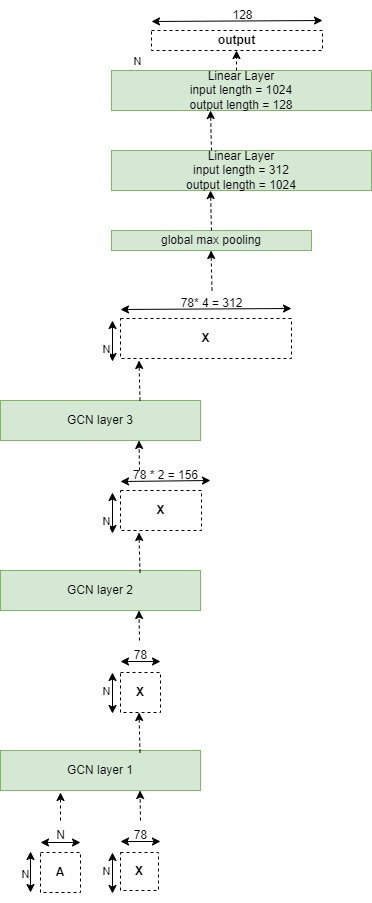
Before: URV deliverable/model/GCN-based.drawio.png, a diagram exported from draw.io (YoussefEzz/GraphDTA_forked). Source tidied: cells renumbered, new cells last; positions are measured from the earlier drawing's top-left corner, leaving out a move shared by most shapes. The source it was exported from:
```xml
<mxGraphModel>
  <root>
    <mxCell id="0" />
    <mxCell id="1" parent="0" />
    <mxCell id="2" value="GCN layer 1" style="rounded=0;whiteSpace=wrap;html=1;fillColor=#d5e8d4;strokeColor=#82b366;" parent="1" vertex="1">
      <mxGeometry y="750" width="200" height="40" as="geometry" />
    </mxCell>
    <mxCell id="3" value="GCN layer 2" style="rounded=0;whiteSpace=wrap;html=1;fillColor=#d5e8d4;strokeColor=#82b366;" parent="1" vertex="1">
      <mxGeometry y="570" width="200" height="40" as="geometry" />
    </mxCell>
    <mxCell id="4" value="GCN layer 3" style="rounded=0;whiteSpace=wrap;html=1;fillColor=#d5e8d4;strokeColor=#82b366;" parent="1" vertex="1">
      <mxGeometry y="400" width="200" height="40" as="geometry" />
    </mxCell>
    <mxCell id="5" value="&lt;b&gt;A&lt;/b&gt;" style="whiteSpace=wrap;html=1;dashed=1;" parent="1" vertex="1">
      <mxGeometry x="40" y="852" width="40" height="40" as="geometry" />
    </mxCell>
    <mxCell id="6" value="&lt;b&gt;X&lt;/b&gt;" style="whiteSpace=wrap;html=1;dashed=1;" parent="1" vertex="1">
      <mxGeometry x="120" y="852" width="38" height="38" as="geometry" />
    </mxCell>
    <mxCell id="7" style="endArrow=classic;startArrow=classic;html=1;rounded=0;" parent="1" edge="1">
      <mxGeometry relative="1" as="geometry">
        <mxPoint x="40" y="842" as="sourcePoint" />
        <mxPoint x="80" y="842" as="targetPoint" />
      </mxGeometry>
    </mxCell>
    <mxCell id="8" style="endArrow=classic;startArrow=classic;html=1;rounded=0;" parent="1" edge="1">
      <mxGeometry relative="1" as="geometry">
        <mxPoint x="120" y="841" as="sourcePoint" />
        <mxPoint x="160" y="841" as="targetPoint" />
      </mxGeometry>
    </mxCell>
    <mxCell id="9" style="endArrow=classic;startArrow=classic;html=1;rounded=0;" parent="1" edge="1">
      <mxGeometry relative="1" as="geometry">
        <mxPoint x="30" y="892" as="sourcePoint" />
        <mxPoint x="30" y="851" as="targetPoint" />
      </mxGeometry>
    </mxCell>
    <mxCell id="10" value="N" style="edgeLabel;html=1;align=center;verticalAlign=middle;" parent="9" vertex="1">
      <mxGeometry x="-0.07" y="4" relative="1" as="geometry">
        <mxPoint x="-2" as="offset" />
      </mxGeometry>
    </mxCell>
    <mxCell id="11" style="endArrow=classic;startArrow=classic;html=1;rounded=0;" parent="1" edge="1">
      <mxGeometry relative="1" as="geometry">
        <mxPoint x="112" y="893" as="sourcePoint" />
        <mxPoint x="112" y="852" as="targetPoint" />
      </mxGeometry>
    </mxCell>
    <mxCell id="12" value="N" style="text;html=1;align=center;verticalAlign=middle;strokeColor=none;fillColor=none;" parent="1" vertex="1">
      <mxGeometry x="45" y="820" width="30" height="30" as="geometry" />
    </mxCell>
    <mxCell id="13" value="78" style="text;html=1;align=center;verticalAlign=middle;strokeColor=none;fillColor=none;" parent="1" vertex="1">
      <mxGeometry x="120" y="820" width="40" height="30" as="geometry" />
    </mxCell>
    <mxCell id="14" value="N" style="edgeLabel;html=1;align=center;verticalAlign=middle;" parent="1" vertex="1">
      <mxGeometry x="100" y="822" as="geometry">
        <mxPoint x="5" y="48" as="offset" />
      </mxGeometry>
    </mxCell>
    <mxCell id="15" style="endArrow=classic;html=1;rounded=0;entryX=0.295;entryY=1.05;entryDx=0;entryDy=0;entryPerimeter=0;dashed=1;" parent="1" edge="1">
      <mxGeometry relative="1" as="geometry">
        <mxPoint x="60" y="820" as="sourcePoint" />
        <mxPoint x="60" y="792" as="targetPoint" />
      </mxGeometry>
    </mxCell>
    <mxCell id="16" style="endArrow=classic;html=1;rounded=0;entryX=0.295;entryY=1.05;entryDx=0;entryDy=0;entryPerimeter=0;dashed=1;" parent="1" edge="1">
      <mxGeometry relative="1" as="geometry">
        <mxPoint x="140" y="820" as="sourcePoint" />
        <mxPoint x="139.5" y="790" as="targetPoint" />
      </mxGeometry>
    </mxCell>
    <mxCell id="17" value="&lt;b&gt;X&lt;/b&gt;" style="whiteSpace=wrap;html=1;dashed=1;" parent="1" vertex="1">
      <mxGeometry x="120" y="672" width="40" height="40" as="geometry" />
    </mxCell>
    <mxCell id="18" style="endArrow=classic;startArrow=classic;html=1;rounded=0;" parent="1" edge="1">
      <mxGeometry relative="1" as="geometry">
        <mxPoint x="120" y="661" as="sourcePoint" />
        <mxPoint x="160" y="661" as="targetPoint" />
      </mxGeometry>
    </mxCell>
    <mxCell id="19" style="endArrow=classic;startArrow=classic;html=1;rounded=0;" parent="1" edge="1">
      <mxGeometry relative="1" as="geometry">
        <mxPoint x="112" y="713" as="sourcePoint" />
        <mxPoint x="112" y="672" as="targetPoint" />
      </mxGeometry>
    </mxCell>
    <mxCell id="20" value="78" style="text;html=1;align=center;verticalAlign=middle;strokeColor=none;fillColor=none;" parent="1" vertex="1">
      <mxGeometry x="120" y="640" width="40" height="30" as="geometry" />
    </mxCell>
    <mxCell id="21" value="N" style="edgeLabel;html=1;align=center;verticalAlign=middle;" parent="1" vertex="1">
      <mxGeometry x="100" y="642" as="geometry">
        <mxPoint x="5" y="48" as="offset" />
      </mxGeometry>
    </mxCell>
    <mxCell id="22" style="endArrow=classic;html=1;rounded=0;entryX=0.295;entryY=1.05;entryDx=0;entryDy=0;entryPerimeter=0;dashed=1;" parent="1" edge="1">
      <mxGeometry relative="1" as="geometry">
        <mxPoint x="139.5" y="752" as="sourcePoint" />
        <mxPoint x="138.5" y="712" as="targetPoint" />
      </mxGeometry>
    </mxCell>
    <mxCell id="23" style="endArrow=classic;html=1;rounded=0;entryX=0.295;entryY=1.05;entryDx=0;entryDy=0;entryPerimeter=0;dashed=1;" parent="1" edge="1">
      <mxGeometry relative="1" as="geometry">
        <mxPoint x="139" y="640" as="sourcePoint" />
        <mxPoint x="138.5" y="610" as="targetPoint" />
      </mxGeometry>
    </mxCell>
    <mxCell id="24" style="endArrow=classic;startArrow=classic;html=1;rounded=0;" parent="1" edge="1">
      <mxGeometry relative="1" as="geometry">
        <mxPoint x="120" y="481" as="sourcePoint" />
        <mxPoint x="210" y="480" as="targetPoint" />
      </mxGeometry>
    </mxCell>
    <mxCell id="25" style="endArrow=classic;startArrow=classic;html=1;rounded=0;" parent="1" edge="1">
      <mxGeometry relative="1" as="geometry">
        <mxPoint x="112" y="533" as="sourcePoint" />
        <mxPoint x="112" y="492" as="targetPoint" />
      </mxGeometry>
    </mxCell>
    <mxCell id="26" value="78 * 2 = 156" style="text;html=1;align=center;verticalAlign=middle;strokeColor=none;fillColor=none;" parent="1" vertex="1">
      <mxGeometry x="120" y="460" width="90" height="30" as="geometry" />
    </mxCell>
    <mxCell id="27" value="N" style="edgeLabel;html=1;align=center;verticalAlign=middle;" parent="1" vertex="1">
      <mxGeometry x="100" y="472" as="geometry">
        <mxPoint x="5" y="48" as="offset" />
      </mxGeometry>
    </mxCell>
    <mxCell id="28" style="endArrow=classic;html=1;rounded=0;entryX=0.295;entryY=1.05;entryDx=0;entryDy=0;entryPerimeter=0;dashed=1;" parent="1" edge="1">
      <mxGeometry relative="1" as="geometry">
        <mxPoint x="139.5" y="572" as="sourcePoint" />
        <mxPoint x="138.5" y="532" as="targetPoint" />
      </mxGeometry>
    </mxCell>
    <mxCell id="29" style="endArrow=classic;html=1;rounded=0;entryX=0.295;entryY=1.05;entryDx=0;entryDy=0;entryPerimeter=0;dashed=1;" parent="1" edge="1">
      <mxGeometry relative="1" as="geometry">
        <mxPoint x="139" y="470" as="sourcePoint" />
        <mxPoint x="138.5" y="440" as="targetPoint" />
      </mxGeometry>
    </mxCell>
    <mxCell id="30" value="&lt;b&gt;X&lt;/b&gt;" style="rounded=0;whiteSpace=wrap;html=1;dashed=1;" parent="1" vertex="1">
      <mxGeometry x="120" y="490" width="81" height="40" as="geometry" />
    </mxCell>
    <mxCell id="31" style="endArrow=classic;startArrow=classic;html=1;rounded=0;" parent="1" edge="1">
      <mxGeometry relative="1" as="geometry">
        <mxPoint x="120" y="309" as="sourcePoint" />
        <mxPoint x="291" y="308" as="targetPoint" />
      </mxGeometry>
    </mxCell>
    <mxCell id="32" style="endArrow=classic;startArrow=classic;html=1;rounded=0;" parent="1" edge="1">
      <mxGeometry relative="1" as="geometry">
        <mxPoint x="112" y="361" as="sourcePoint" />
        <mxPoint x="112" y="320" as="targetPoint" />
      </mxGeometry>
    </mxCell>
    <mxCell id="33" value="N" style="edgeLabel;html=1;align=center;verticalAlign=middle;" parent="1" vertex="1">
      <mxGeometry x="100" y="300" as="geometry">
        <mxPoint x="5" y="48" as="offset" />
      </mxGeometry>
    </mxCell>
    <mxCell id="34" style="endArrow=classic;html=1;rounded=0;entryX=0.295;entryY=1.05;entryDx=0;entryDy=0;entryPerimeter=0;dashed=1;" parent="1" edge="1">
      <mxGeometry relative="1" as="geometry">
        <mxPoint x="139.5" y="400" as="sourcePoint" />
        <mxPoint x="138.5" y="360" as="targetPoint" />
      </mxGeometry>
    </mxCell>
    <mxCell id="35" value="&lt;b&gt;X&lt;/b&gt;" style="rounded=0;whiteSpace=wrap;html=1;dashed=1;" parent="1" vertex="1">
      <mxGeometry x="120" y="318" width="171" height="40" as="geometry" />
    </mxCell>
    <mxCell id="36" value="78* 4 = 312" style="text;html=1;align=center;verticalAlign=middle;strokeColor=none;fillColor=none;" parent="1" vertex="1">
      <mxGeometry x="166" y="288" width="90" height="30" as="geometry" />
    </mxCell>
    <mxCell id="37" value="global max pooling" style="rounded=0;whiteSpace=wrap;html=1;fillColor=#d5e8d4;strokeColor=#82b366;" parent="1" vertex="1">
      <mxGeometry x="111" y="230" width="200" height="20" as="geometry" />
    </mxCell>
    <mxCell id="38" style="endArrow=classic;html=1;rounded=0;entryX=0.295;entryY=1.05;entryDx=0;entryDy=0;entryPerimeter=0;dashed=1;" parent="1" edge="1">
      <mxGeometry relative="1" as="geometry">
        <mxPoint x="211" y="230" as="sourcePoint" />
        <mxPoint x="210" y="190" as="targetPoint" />
      </mxGeometry>
    </mxCell>
    <mxCell id="39" value="Linear Layer&lt;div&gt;input length = 312&lt;/div&gt;&lt;div&gt;output length = 1024&lt;/div&gt;" style="rounded=0;whiteSpace=wrap;html=1;fillColor=#d5e8d4;strokeColor=#82b366;" parent="1" vertex="1">
      <mxGeometry x="111" y="150" width="260" height="40" as="geometry" />
    </mxCell>
    <mxCell id="40" style="endArrow=classic;html=1;rounded=0;entryX=0.295;entryY=1.05;entryDx=0;entryDy=0;entryPerimeter=0;dashed=1;" parent="1" edge="1">
      <mxGeometry relative="1" as="geometry">
        <mxPoint x="211" y="150" as="sourcePoint" />
        <mxPoint x="210" y="110" as="targetPoint" />
      </mxGeometry>
    </mxCell>
    <mxCell id="41" value="Linear Layer&lt;div&gt;input length = 1024&lt;/div&gt;&lt;div&gt;output length = 128&lt;/div&gt;" style="rounded=0;whiteSpace=wrap;html=1;fillColor=#d5e8d4;strokeColor=#82b366;" parent="1" vertex="1">
      <mxGeometry x="111" y="70" width="260" height="40" as="geometry" />
    </mxCell>
    <mxCell id="42" style="endArrow=classic;html=1;rounded=0;entryX=0.295;entryY=1.05;entryDx=0;entryDy=0;entryPerimeter=0;dashed=1;" parent="1" edge="1">
      <mxGeometry relative="1" as="geometry">
        <mxPoint x="211.5" y="290" as="sourcePoint" />
        <mxPoint x="210.5" y="250" as="targetPoint" />
      </mxGeometry>
    </mxCell>
    <mxCell id="43" value="&lt;b&gt;output&lt;/b&gt;" style="rounded=0;whiteSpace=wrap;html=1;dashed=1;" parent="1" vertex="1">
      <mxGeometry x="151" y="30" width="171" height="20" as="geometry" />
    </mxCell>
    <mxCell id="44" style="endArrow=classic;startArrow=classic;html=1;rounded=0;" parent="1" edge="1">
      <mxGeometry relative="1" as="geometry">
        <mxPoint x="151" y="21" as="sourcePoint" />
        <mxPoint x="322" y="20" as="targetPoint" />
      </mxGeometry>
    </mxCell>
    <mxCell id="45" value="N" style="edgeLabel;html=1;align=center;verticalAlign=middle;" parent="1" vertex="1">
      <mxGeometry x="131" y="12" as="geometry">
        <mxPoint x="5" y="48" as="offset" />
      </mxGeometry>
    </mxCell>
    <mxCell id="46" value="128" style="text;html=1;align=center;verticalAlign=middle;strokeColor=none;fillColor=none;" parent="1" vertex="1">
      <mxGeometry x="222" width="40" height="30" as="geometry" />
    </mxCell>
    <mxCell id="47" style="endArrow=classic;html=1;rounded=0;entryX=0.295;entryY=1.05;entryDx=0;entryDy=0;entryPerimeter=0;dashed=1;" parent="1" edge="1">
      <mxGeometry relative="1" as="geometry">
        <mxPoint x="236" y="70" as="sourcePoint" />
        <mxPoint x="236" y="50" as="targetPoint" />
      </mxGeometry>
    </mxCell>
  </root>
</mxGraphModel>
```
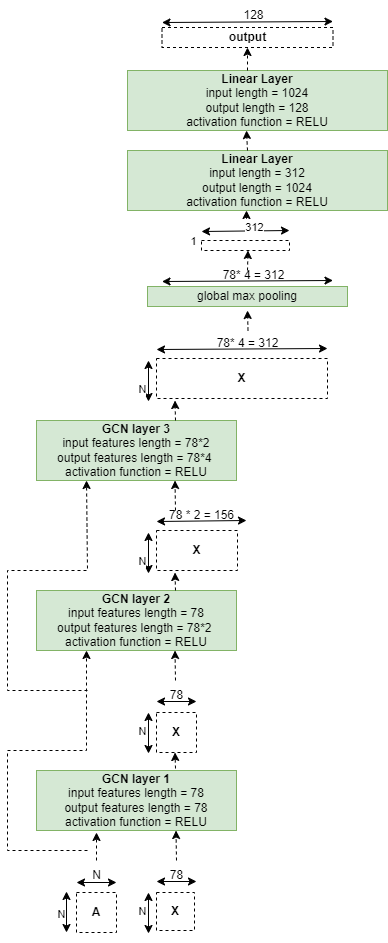
After the change.

What changed in the source:
```diff
@@ -2,14 +2,14 @@
   <root>
     <mxCell id="0" />
     <mxCell id="1" parent="0" />
-    <mxCell id="2" value="GCN layer 1" style="rounded=0;whiteSpace=wrap;html=1;fillColor=#d5e8d4;strokeColor=#82b366;" parent="1" vertex="1">
-      <mxGeometry y="750" width="200" height="40" as="geometry" />
+    <mxCell id="2" value="&lt;b&gt;GCN layer 1&lt;/b&gt;&lt;div&gt;&lt;div&gt;input features length = 78&lt;/div&gt;&lt;div&gt;output features length = 78&lt;/div&gt;&lt;div&gt;activation function = RELU&lt;/div&gt;&lt;/div&gt;" style="rounded=0;whiteSpace=wrap;html=1;fillColor=#d5e8d4;strokeColor=#82b366;" parent="1" vertex="1">
+      <mxGeometry y="730" width="200" height="60" as="geometry" />
     </mxCell>
-    <mxCell id="3" value="GCN layer 2" style="rounded=0;whiteSpace=wrap;html=1;fillColor=#d5e8d4;strokeColor=#82b366;" parent="1" vertex="1">
-      <mxGeometry y="570" width="200" height="40" as="geometry" />
+    <mxCell id="3" value="&lt;b&gt;GCN layer 2&lt;/b&gt;&lt;div&gt;&lt;div&gt;input features length = 78&lt;/div&gt;&lt;div&gt;output features length = 78*2&amp;nbsp;&lt;/div&gt;&lt;div&gt;activation function = RELU&lt;/div&gt;&lt;/div&gt;" style="rounded=0;whiteSpace=wrap;html=1;fillColor=#d5e8d4;strokeColor=#82b366;" parent="1" vertex="1">
+      <mxGeometry y="550" width="200" height="60" as="geometry" />
     </mxCell>
-    <mxCell id="4" value="GCN layer 3" style="rounded=0;whiteSpace=wrap;html=1;fillColor=#d5e8d4;strokeColor=#82b366;" parent="1" vertex="1">
-      <mxGeometry y="400" width="200" height="40" as="geometry" />
+    <mxCell id="4" value="&lt;b&gt;GCN layer 3&lt;/b&gt;&lt;div&gt;&lt;div&gt;input features length = 78*2&lt;/div&gt;&lt;div&gt;output features length = 78*4&amp;nbsp;&lt;/div&gt;&lt;div&gt;activation function = RELU&lt;/div&gt;&lt;/div&gt;" style="rounded=0;whiteSpace=wrap;html=1;fillColor=#d5e8d4;strokeColor=#82b366;" parent="1" vertex="1">
+      <mxGeometry y="380" width="200" height="60" as="geometry" />
     </mxCell>
     <mxCell id="5" value="&lt;b&gt;A&lt;/b&gt;" style="whiteSpace=wrap;html=1;dashed=1;" parent="1" vertex="1">
       <mxGeometry x="40" y="852" width="40" height="40" as="geometry" />
@@ -92,9 +92,8 @@
         <mxPoint x="5" y="48" as="offset" />
       </mxGeometry>
     </mxCell>
-    <mxCell id="22" style="endArrow=classic;html=1;rounded=0;entryX=0.295;entryY=1.05;entryDx=0;entryDy=0;entryPerimeter=0;dashed=1;" parent="1" edge="1">
+    <mxCell id="22" style="endArrow=classic;html=1;rounded=0;entryX=0.295;entryY=1.05;entryDx=0;entryDy=0;entryPerimeter=0;dashed=1;exitX=0.695;exitY=-0.033;exitDx=0;exitDy=0;exitPerimeter=0;" parent="1" edge="1" source="2">
       <mxGeometry relative="1" as="geometry">
-        <mxPoint x="139.5" y="752" as="sourcePoint" />
         <mxPoint x="138.5" y="712" as="targetPoint" />
       </mxGeometry>
     </mxCell>
@@ -126,7 +125,7 @@
     </mxCell>
     <mxCell id="28" style="endArrow=classic;html=1;rounded=0;entryX=0.295;entryY=1.05;entryDx=0;entryDy=0;entryPerimeter=0;dashed=1;" parent="1" edge="1">
       <mxGeometry relative="1" as="geometry">
-        <mxPoint x="139.5" y="572" as="sourcePoint" />
+        <mxPoint x="139" y="550" as="sourcePoint" />
         <mxPoint x="138.5" y="532" as="targetPoint" />
       </mxGeometry>
     </mxCell>
@@ -158,7 +157,7 @@
     </mxCell>
     <mxCell id="34" style="endArrow=classic;html=1;rounded=0;entryX=0.295;entryY=1.05;entryDx=0;entryDy=0;entryPerimeter=0;dashed=1;" parent="1" edge="1">
       <mxGeometry relative="1" as="geometry">
-        <mxPoint x="139.5" y="400" as="sourcePoint" />
+        <mxPoint x="139" y="380" as="sourcePoint" />
         <mxPoint x="138.5" y="360" as="targetPoint" />
       </mxGeometry>
     </mxCell>
@@ -169,54 +168,101 @@
       <mxGeometry x="166" y="288" width="90" height="30" as="geometry" />
     </mxCell>
     <mxCell id="37" value="global max pooling" style="rounded=0;whiteSpace=wrap;html=1;fillColor=#d5e8d4;strokeColor=#82b366;" parent="1" vertex="1">
-      <mxGeometry x="111" y="230" width="200" height="20" as="geometry" />
+      <mxGeometry x="111" y="246" width="200" height="20" as="geometry" />
     </mxCell>
     <mxCell id="38" style="endArrow=classic;html=1;rounded=0;entryX=0.295;entryY=1.05;entryDx=0;entryDy=0;entryPerimeter=0;dashed=1;" parent="1" edge="1">
       <mxGeometry relative="1" as="geometry">
-        <mxPoint x="211" y="230" as="sourcePoint" />
-        <mxPoint x="210" y="190" as="targetPoint" />
+        <mxPoint x="210" y="190" as="sourcePoint" />
+        <mxPoint x="210" y="170" as="targetPoint" />
       </mxGeometry>
     </mxCell>
-    <mxCell id="39" value="Linear Layer&lt;div&gt;input length = 312&lt;/div&gt;&lt;div&gt;output length = 1024&lt;/div&gt;" style="rounded=0;whiteSpace=wrap;html=1;fillColor=#d5e8d4;strokeColor=#82b366;" parent="1" vertex="1">
-      <mxGeometry x="111" y="150" width="260" height="40" as="geometry" />
+    <mxCell id="39" value="&lt;b&gt;Linear Layer&lt;/b&gt;&lt;div&gt;input length = 312&lt;/div&gt;&lt;div&gt;output length = 1024&lt;/div&gt;&lt;div&gt;activation function = RELU&lt;br&gt;&lt;/div&gt;" style="rounded=0;whiteSpace=wrap;html=1;fillColor=#d5e8d4;strokeColor=#82b366;" parent="1" vertex="1">
+      <mxGeometry x="91" y="110" width="260" height="60" as="geometry" />
     </mxCell>
     <mxCell id="40" style="endArrow=classic;html=1;rounded=0;entryX=0.295;entryY=1.05;entryDx=0;entryDy=0;entryPerimeter=0;dashed=1;" parent="1" edge="1">
       <mxGeometry relative="1" as="geometry">
-        <mxPoint x="211" y="150" as="sourcePoint" />
-        <mxPoint x="210" y="110" as="targetPoint" />
+        <mxPoint x="211" y="110" as="sourcePoint" />
+        <mxPoint x="210" y="90" as="targetPoint" />
       </mxGeometry>
     </mxCell>
-    <mxCell id="41" value="Linear Layer&lt;div&gt;input length = 1024&lt;/div&gt;&lt;div&gt;output length = 128&lt;/div&gt;" style="rounded=0;whiteSpace=wrap;html=1;fillColor=#d5e8d4;strokeColor=#82b366;" parent="1" vertex="1">
-      <mxGeometry x="111" y="70" width="260" height="40" as="geometry" />
+    <mxCell id="41" value="&lt;b&gt;Linear Layer&lt;/b&gt;&lt;div&gt;input length = 1024&lt;/div&gt;&lt;div&gt;output length = 128&lt;/div&gt;&lt;div&gt;activation function = RELU&lt;br&gt;&lt;/div&gt;" style="rounded=0;whiteSpace=wrap;html=1;fillColor=#d5e8d4;strokeColor=#82b366;" parent="1" vertex="1">
+      <mxGeometry x="91" y="30" width="260" height="60" as="geometry" />
     </mxCell>
-    <mxCell id="42" style="endArrow=classic;html=1;rounded=0;entryX=0.295;entryY=1.05;entryDx=0;entryDy=0;entryPerimeter=0;dashed=1;" parent="1" edge="1">
+    <mxCell id="42" style="endArrow=classic;html=1;rounded=0;dashed=1;" parent="1" edge="1">
       <mxGeometry relative="1" as="geometry">
         <mxPoint x="211.5" y="290" as="sourcePoint" />
-        <mxPoint x="210.5" y="250" as="targetPoint" />
+        <mxPoint x="211" y="270" as="targetPoint" />
       </mxGeometry>
     </mxCell>
     <mxCell id="43" value="&lt;b&gt;output&lt;/b&gt;" style="rounded=0;whiteSpace=wrap;html=1;dashed=1;" parent="1" vertex="1">
-      <mxGeometry x="151" y="30" width="171" height="20" as="geometry" />
+      <mxGeometry x="125.5" y="-13" width="171" height="20" as="geometry" />
     </mxCell>
     <mxCell id="44" style="endArrow=classic;startArrow=classic;html=1;rounded=0;" parent="1" edge="1">
       <mxGeometry relative="1" as="geometry">
-        <mxPoint x="151" y="21" as="sourcePoint" />
-        <mxPoint x="322" y="20" as="targetPoint" />
+        <mxPoint x="125.5" y="-18" as="sourcePoint" />
+        <mxPoint x="296.5" y="-19" as="targetPoint" />
       </mxGeometry>
     </mxCell>
-    <mxCell id="45" value="N" style="edgeLabel;html=1;align=center;verticalAlign=middle;" parent="1" vertex="1">
-      <mxGeometry x="131" y="12" as="geometry">
-        <mxPoint x="5" y="48" as="offset" />
-      </mxGeometry>
-    </mxCell>
     <mxCell id="46" value="128" style="text;html=1;align=center;verticalAlign=middle;strokeColor=none;fillColor=none;" parent="1" vertex="1">
-      <mxGeometry x="222" width="40" height="30" as="geometry" />
+      <mxGeometry x="196.5" y="-40" width="40" height="30" as="geometry" />
     </mxCell>
-    <mxCell id="47" style="endArrow=classic;html=1;rounded=0;entryX=0.295;entryY=1.05;entryDx=0;entryDy=0;entryPerimeter=0;dashed=1;" parent="1" edge="1">
+    <mxCell id="47" style="endArrow=classic;html=1;rounded=0;entryX=0.5;entryY=1;entryDx=0;entryDy=0;dashed=1;" parent="1" edge="1" target="43">
       <mxGeometry relative="1" as="geometry">
-        <mxPoint x="236" y="70" as="sourcePoint" />
-        <mxPoint x="236" y="50" as="targetPoint" />
+        <mxPoint x="211" y="30" as="sourcePoint" />
       </mxGeometry>
     </mxCell>
+    <mxCell id="48" style="endArrow=classic;html=1;rounded=0;entryX=0.25;entryY=1;entryDx=0;entryDy=0;dashed=1;" parent="1" edge="1" target="3">
+      <mxGeometry relative="1" as="geometry">
+        <mxPoint x="51" y="810" as="sourcePoint" />
+        <Array as="points">
+          <mxPoint x="-29" y="810" />
+          <mxPoint x="-29" y="710" />
+          <mxPoint x="11" y="710" />
+          <mxPoint x="50" y="710" />
+        </Array>
+      </mxGeometry>
+    </mxCell>
+    <mxCell id="49" style="endArrow=classic;html=1;rounded=0;entryX=0.25;entryY=1;entryDx=0;entryDy=0;dashed=1;" parent="1" edge="1" target="4">
+      <mxGeometry relative="1" as="geometry">
+        <mxPoint x="51" y="650" as="sourcePoint" />
+        <Array as="points">
+          <mxPoint x="-29" y="650" />
+          <mxPoint x="-29" y="530" />
+          <mxPoint x="51" y="530" />
+        </Array>
+      </mxGeometry>
+    </mxCell>
+    <mxCell id="50" style="endArrow=classic;startArrow=classic;html=1;rounded=0;" parent="1" edge="1">
+      <mxGeometry relative="1" as="geometry">
+        <mxPoint x="125.5" y="241" as="sourcePoint" />
+        <mxPoint x="296.5" y="240" as="targetPoint" />
+      </mxGeometry>
+    </mxCell>
+    <mxCell id="51" value="78* 4 = 312" style="text;html=1;align=center;verticalAlign=middle;strokeColor=none;fillColor=none;" parent="1" vertex="1">
+      <mxGeometry x="171.5" y="220" width="90" height="30" as="geometry" />
+    </mxCell>
+    <mxCell id="52" style="endArrow=classic;html=1;rounded=0;dashed=1;" parent="1" edge="1">
+      <mxGeometry relative="1" as="geometry">
+        <mxPoint x="211" y="230" as="sourcePoint" />
+        <mxPoint x="211.5" y="210" as="targetPoint" />
+      </mxGeometry>
+    </mxCell>
+    <mxCell id="53" value="1" style="edgeLabel;html=1;align=center;verticalAlign=middle;" parent="1" vertex="1">
+      <mxGeometry x="160" y="208" as="geometry">
+        <mxPoint x="-4" y="-8" as="offset" />
+      </mxGeometry>
+    </mxCell>
+    <mxCell id="54" style="rounded=0;whiteSpace=wrap;html=1;dashed=1;" parent="1" vertex="1">
+      <mxGeometry x="165" y="200" width="88" height="10" as="geometry" />
+    </mxCell>
+    <mxCell id="55" style="endArrow=classic;startArrow=classic;html=1;rounded=0;" parent="1" edge="1">
+      <mxGeometry relative="1" as="geometry">
+        <mxPoint x="165" y="191" as="sourcePoint" />
+        <mxPoint x="253" y="190" as="targetPoint" />
+      </mxGeometry>
+    </mxCell>
+    <mxCell id="56" value="312" style="edgeLabel;html=1;align=center;verticalAlign=middle;" parent="55" vertex="1">
+      <mxGeometry x="0.21" y="4" relative="1" as="geometry" />
+    </mxCell>
   </root>
 </mxGraphModel>
```
